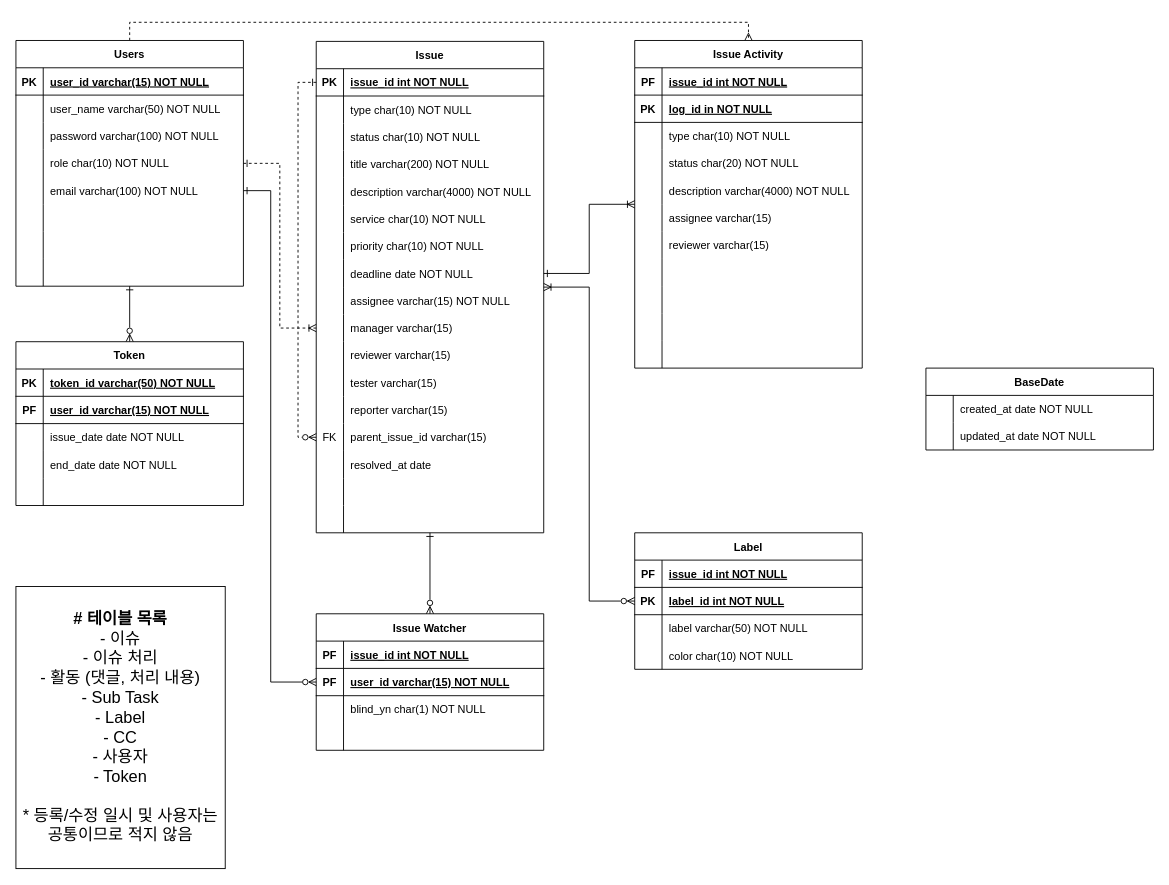
Earlier version of the draw.io diagram neims/neims_erd.drawio (neorang/drawdoc). Source tidied: cells renumbered, new cells numbered last; positions are measured from the earlier drawing's top-left corner, leaving out a move shared by most shapes. Both pictures are drawn from the tidied source at 91%, with x=0, y=0 at pixel (15, 22).
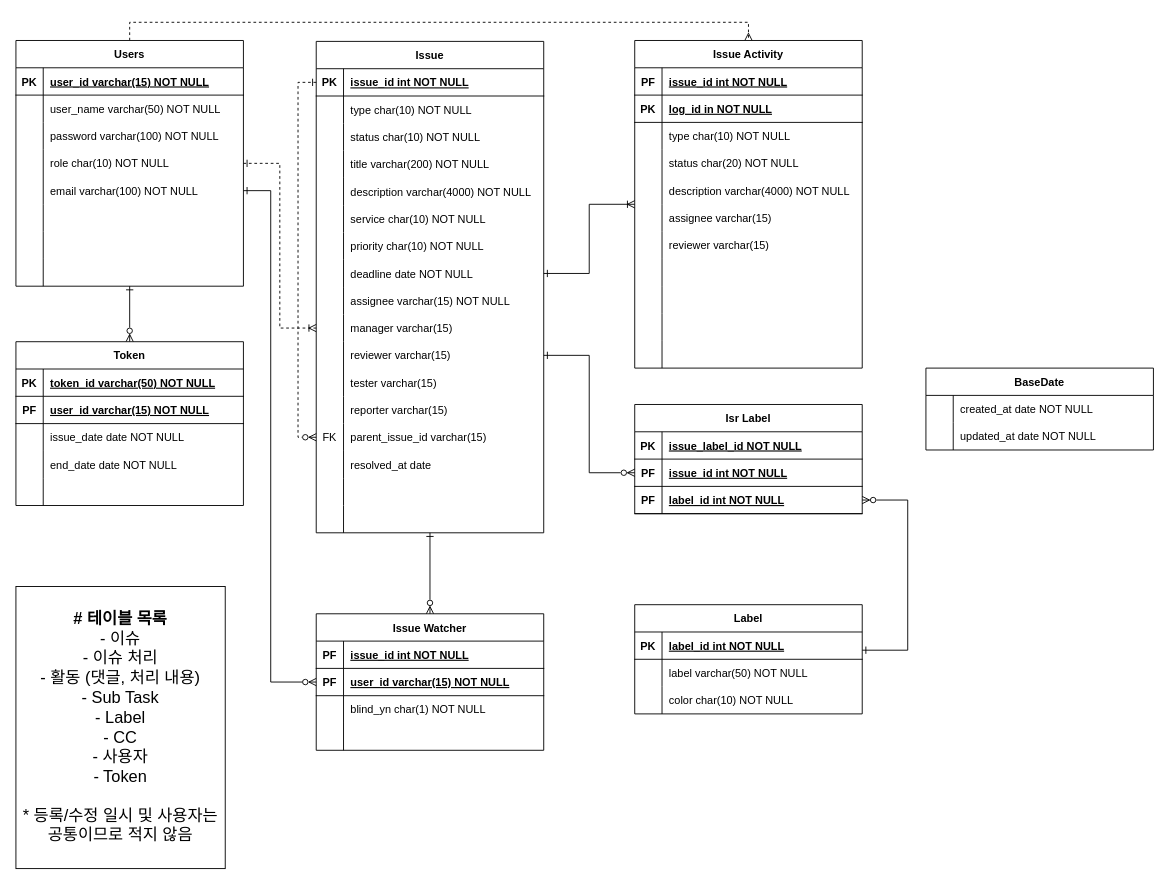
The same page after the edit.

The change refers to these unchanged cells:
```xml
<mxCell id="2" value="Issue" style="shape=table;startSize=30;childLayout=tableLayout;rowLines=0;fontStyle=1;align=center;" parent="1" vertex="1">
  <mxGeometry x="330" y="21" width="250" height="540" as="geometry" />
</mxCell>
<mxCell id="34" style="shape=partialRectangle;fillColor=none;points=[[0,0.5],[1,0.5]];portConstraint=eastwest;top=0;left=0;right=0;bottom=0;" parent="2" vertex="1">
  <mxGeometry y="330" width="250" height="30" as="geometry" />
</mxCell>
```

What changed in the source:
```diff
@@
-    <mxCell id="55" style="edgeStyle=orthogonalEdgeStyle;rounded=0;jettySize=auto;html=1;entryX=1;entryY=0.5;entryDx=0;entryDy=0;endArrow=ERoneToMany;endFill=0;startArrow=ERzeroToMany;startFill=0;" parent="1" edge="1" source="56" target="2">
-      <mxGeometry relative="1" as="geometry" />
-    </mxCell>
+    <mxCell id="171" style="edgeStyle=orthogonalEdgeStyle;rounded=0;jettySize=auto;html=1;startArrow=ERone;startFill=0;endArrow=ERzeroToMany;endFill=0;" parent="1" edge="1" source="56">
+      <mxGeometry relative="1" as="geometry">
+        <Array as="points">
+          <mxPoint x="805" y="620" />
+          <mxPoint x="805" y="620" />
+        </Array>
+      </mxGeometry>
+    </mxCell>
+    <mxCell id="172" style="edgeStyle=orthogonalEdgeStyle;rounded=0;jettySize=auto;html=1;startArrow=ERone;startFill=0;endArrow=ERzeroToMany;endFill=0;entryX=1;entryY=0.5;entryDx=0;entryDy=0;" parent="1" edge="1" source="56" target="178">
+      <mxGeometry relative="1" as="geometry">
+        <Array as="points">
+          <mxPoint x="980" y="690" />
+          <mxPoint x="980" y="525" />
+        </Array>
+      </mxGeometry>
+    </mxCell>
     <mxCell id="56" value="Label" style="shape=table;startSize=30;childLayout=tableLayout;rowLines=0;fontStyle=1;align=center;" parent="1" vertex="1">
-      <mxGeometry x="680" y="561" width="250" height="150" as="geometry" />
+      <mxGeometry x="680" y="640" width="250" height="120" as="geometry" />
     </mxCell>
-    <mxCell id="57" style="shape=partialRectangle;fillColor=none;top=0;left=0;right=0;bottom=1;" parent="56" vertex="1">
-      <mxGeometry y="30" width="250" height="30" as="geometry" />
-    </mxCell>
-    <mxCell id="58" value="PF" style="shape=partialRectangle;overflow=hidden;fillColor=none;top=0;left=0;bottom=0;right=0;fontStyle=1;" parent="57" vertex="1">
-      <mxGeometry width="30" height="30" as="geometry" />
-    </mxCell>
-    <mxCell id="59" value="issue_id int NOT NULL" style="shape=partialRectangle;overflow=hidden;fillColor=none;top=0;left=0;bottom=0;right=0;align=left;spacingLeft=6;fontStyle=5;" parent="57" vertex="1">
-      <mxGeometry x="30" width="220" height="30" as="geometry" />
-    </mxCell>
     <mxCell id="60" style="shape=partialRectangle;fillColor=none;top=0;left=0;right=0;bottom=1;" parent="56" vertex="1">
-      <mxGeometry y="60" width="250" height="30" as="geometry" />
+      <mxGeometry y="30" width="250" height="30" as="geometry" />
     </mxCell>
@@
     <mxCell id="63" style="shape=partialRectangle;fillColor=none;top=0;left=0;right=0;bottom=0;" parent="56" vertex="1">
-      <mxGeometry y="90" width="250" height="30" as="geometry" />
+      <mxGeometry y="60" width="250" height="30" as="geometry" />
     </mxCell>
@@
     <mxCell id="66" style="shape=partialRectangle;fillColor=none;top=0;left=0;right=0;bottom=0;" parent="56" vertex="1">
-      <mxGeometry y="120" width="250" height="30" as="geometry" />
+      <mxGeometry y="90" width="250" height="30" as="geometry" />
     </mxCell>
@@
+    <mxCell id="173" value="Isr Label" style="shape=table;startSize=30;childLayout=tableLayout;rowLines=0;fontStyle=1;align=center;" parent="1" vertex="1">
+      <mxGeometry x="680" y="420" width="250" height="120" as="geometry" />
+    </mxCell>
+    <mxCell id="57" style="shape=partialRectangle;fillColor=none;top=0;left=0;right=0;bottom=1;" parent="173" vertex="1">
+      <mxGeometry y="30" width="250" height="30" as="geometry" />
+    </mxCell>
+    <mxCell id="174" value="PK" style="shape=partialRectangle;overflow=hidden;fillColor=none;top=0;left=0;bottom=0;right=0;fontStyle=1;" parent="57" vertex="1">
+      <mxGeometry width="30" height="30" as="geometry" />
+    </mxCell>
+    <mxCell id="175" value="issue_label_id NOT NULL" style="shape=partialRectangle;overflow=hidden;fillColor=none;top=0;left=0;bottom=0;right=0;align=left;spacingLeft=6;fontStyle=5;" parent="57" vertex="1">
+      <mxGeometry x="30" width="220" height="30" as="geometry" />
+    </mxCell>
+    <mxCell id="176" style="shape=partialRectangle;fillColor=none;points=[[0,0.5],[1,0.5]];portConstraint=eastwest;top=0;left=0;right=0;bottom=1;" parent="173" vertex="1">
+      <mxGeometry y="60" width="250" height="30" as="geometry" />
+    </mxCell>
+    <mxCell id="177" value="PF" style="shape=partialRectangle;overflow=hidden;fillColor=none;top=0;left=0;bottom=0;right=0;fontStyle=1;" parent="176" vertex="1">
+      <mxGeometry width="30" height="30" as="geometry" />
+    </mxCell>
+    <mxCell id="59" value="issue_id int NOT NULL" style="shape=partialRectangle;overflow=hidden;fillColor=none;top=0;left=0;bottom=0;right=0;align=left;spacingLeft=6;fontStyle=5;" parent="176" vertex="1">
+      <mxGeometry x="30" width="220" height="30" as="geometry" />
+    </mxCell>
+    <mxCell id="178" style="shape=partialRectangle;fillColor=none;points=[[0,0.5],[1,0.5]];portConstraint=eastwest;top=0;left=0;right=0;bottom=1;" parent="173" vertex="1">
+      <mxGeometry y="90" width="250" height="30" as="geometry" />
+    </mxCell>
+    <mxCell id="179" value="PF" style="shape=partialRectangle;overflow=hidden;fillColor=none;top=0;left=0;bottom=0;right=0;fontStyle=1;" parent="178" vertex="1">
+      <mxGeometry width="30" height="30" as="geometry" />
+    </mxCell>
+    <mxCell id="180" value="label_id int NOT NULL " style="shape=partialRectangle;overflow=hidden;fillColor=none;top=0;left=0;bottom=0;right=0;align=left;spacingLeft=6;fontStyle=5;" parent="178" vertex="1">
+      <mxGeometry x="30" width="220" height="30" as="geometry" />
+    </mxCell>
+    <mxCell id="181" style="edgeStyle=orthogonalEdgeStyle;rounded=0;jettySize=auto;html=1;entryX=0;entryY=0.5;entryDx=0;entryDy=0;endArrow=ERzeroToMany;endFill=0;startArrow=ERone;startFill=0;" parent="1" edge="1" source="34" target="176">
+      <mxGeometry relative="1" as="geometry" />
+    </mxCell>
```
